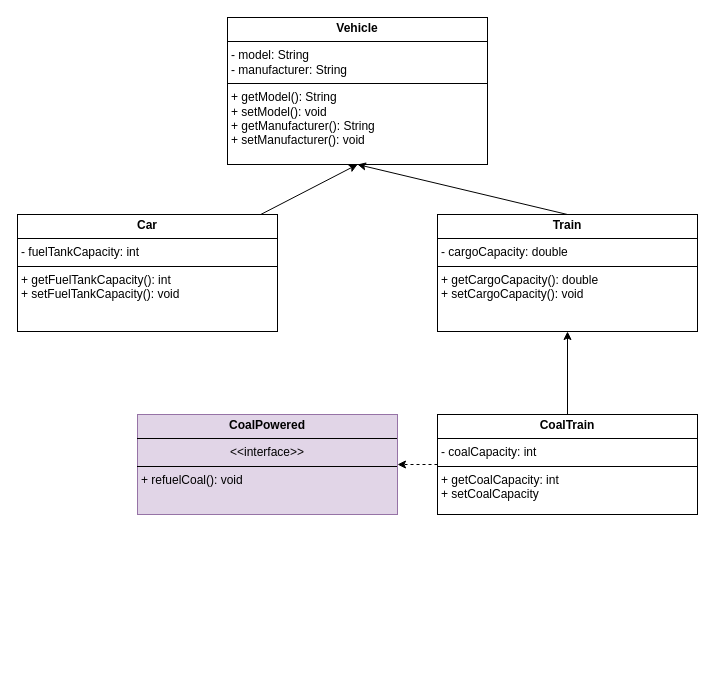
roqueforti/PBO keeps this draw.io diagram as Class Diagram (PBO).drawio. Above is the earlier version. Source tidied: cells renumbered, new cells numbered last; positions are measured from the earlier drawing's top-left corner, leaving out a move shared by most shapes. Both pictures are drawn from the tidied source at 100%, with x=0, y=0 at pixel (17, 17).
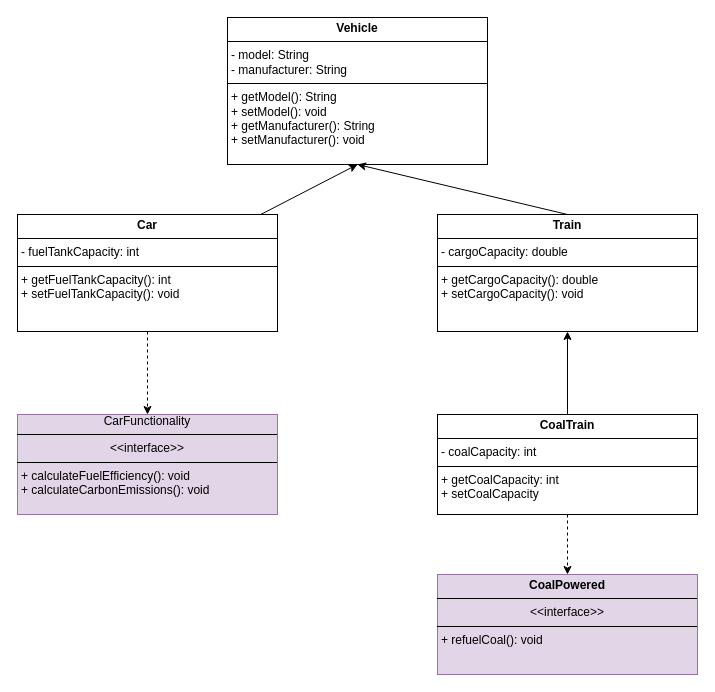
After the change.

Diff of the diagram source:
```diff
@@
 <mxGraphModel>
   <root>
     <mxCell id="0" />
     <mxCell id="1" parent="0" />
     <mxCell id="2" value="&lt;p style=&quot;margin:0px;margin-top:4px;text-align:center;&quot;&gt;&lt;b&gt;Vehicle&lt;/b&gt;&lt;/p&gt;&lt;hr style=&quot;border-style:solid;&quot; size=&quot;1&quot;&gt;&lt;p style=&quot;margin:0px;margin-left:4px;&quot;&gt;- model: String&lt;br&gt;&lt;/p&gt;&lt;p style=&quot;margin:0px;margin-left:4px;&quot;&gt;- manufacturer: String&lt;br&gt;&lt;/p&gt;&lt;hr style=&quot;border-style:solid;&quot; size=&quot;1&quot;&gt;&lt;p style=&quot;margin:0px;margin-left:4px;&quot;&gt;+ getModel(): String&lt;br&gt;&lt;/p&gt;&lt;p style=&quot;margin:0px;margin-left:4px;&quot;&gt;+ setModel(): void&lt;br&gt;&lt;/p&gt;&lt;p style=&quot;margin:0px;margin-left:4px;&quot;&gt;+ getManufacturer(): String&lt;br&gt;&lt;/p&gt;&lt;p style=&quot;margin:0px;margin-left:4px;&quot;&gt;+ setManufacturer(): void&lt;br&gt;&lt;/p&gt;" style="verticalAlign=top;align=left;overflow=fill;html=1;whiteSpace=wrap;" parent="1" vertex="1">
       <mxGeometry x="210" width="260" height="147" as="geometry" />
     </mxCell>
     <mxCell id="3" style="rounded=0;jettySize=auto;html=1;entryX=0.5;entryY=1;entryDx=0;entryDy=0;" parent="1" edge="1" source="4" target="2">
       <mxGeometry relative="1" as="geometry" />
     </mxCell>
+    <mxCell id="11" style="rounded=0;jettySize=auto;html=1;entryX=0.5;entryY=0;entryDx=0;entryDy=0;dashed=1;" parent="1" edge="1" source="4" target="12">
+      <mxGeometry relative="1" as="geometry" />
+    </mxCell>
     <mxCell id="4" value="&lt;p style=&quot;margin:0px;margin-top:4px;text-align:center;&quot;&gt;&lt;b&gt;Car&lt;/b&gt;&lt;/p&gt;&lt;hr style=&quot;border-style:solid;&quot; size=&quot;1&quot;&gt;&lt;p style=&quot;margin:0px;margin-left:4px;&quot;&gt;- fuelTankCapacity: int&lt;br&gt;&lt;/p&gt;&lt;hr style=&quot;border-style:solid;&quot; size=&quot;1&quot;&gt;&lt;p style=&quot;margin:0px;margin-left:4px;&quot;&gt;+ getFuelTankCapacity(): int&lt;/p&gt;&lt;p style=&quot;margin:0px;margin-left:4px;&quot;&gt;+ setFuelTankCapacity(): void&lt;br&gt;&lt;/p&gt;" style="verticalAlign=top;align=left;overflow=fill;html=1;whiteSpace=wrap;" parent="1" vertex="1">
       <mxGeometry y="197" width="260" height="117" as="geometry" />
     </mxCell>
     <mxCell id="5" style="rounded=0;jettySize=auto;html=1;exitX=0.5;exitY=0;exitDx=0;exitDy=0;entryX=0.5;entryY=1;entryDx=0;entryDy=0;" parent="1" edge="1" source="6" target="2">
       <mxGeometry relative="1" as="geometry" />
     </mxCell>
     <mxCell id="6" value="&lt;p style=&quot;margin:0px;margin-top:4px;text-align:center;&quot;&gt;&lt;b&gt;Train&lt;/b&gt;&lt;/p&gt;&lt;hr style=&quot;border-style:solid;&quot; size=&quot;1&quot;&gt;&lt;p style=&quot;margin:0px;margin-left:4px;&quot;&gt;- cargoCapacity: double&lt;br&gt;&lt;/p&gt;&lt;hr style=&quot;border-style:solid;&quot; size=&quot;1&quot;&gt;&lt;p style=&quot;margin:0px;margin-left:4px;&quot;&gt;+ getCargoCapacity(): double&lt;/p&gt;&lt;p style=&quot;margin:0px;margin-left:4px;&quot;&gt;+ setCargoCapacity(): void&lt;br&gt;&lt;/p&gt;" style="verticalAlign=top;align=left;overflow=fill;html=1;whiteSpace=wrap;" parent="1" vertex="1">
       <mxGeometry x="420" y="197" width="260" height="117" as="geometry" />
     </mxCell>
     <mxCell id="7" style="edgeStyle=orthogonalEdgeStyle;rounded=0;jettySize=auto;html=1;entryX=0.5;entryY=1;entryDx=0;entryDy=0;" parent="1" edge="1" source="9" target="6">
       <mxGeometry relative="1" as="geometry" />
     </mxCell>
-    <mxCell id="8" style="rounded=0;jettySize=auto;html=1;entryX=1;entryY=0.5;entryDx=0;entryDy=0;dashed=1;" parent="1" edge="1" source="9" target="10">
+    <mxCell id="8" style="rounded=0;jettySize=auto;html=1;entryX=0.5;entryY=0;entryDx=0;entryDy=0;dashed=1;" parent="1" edge="1" source="9" target="10">
       <mxGeometry relative="1" as="geometry" />
     </mxCell>
     <mxCell id="9" value="&lt;p style=&quot;margin:0px;margin-top:4px;text-align:center;&quot;&gt;&lt;b&gt;CoalTrain&lt;/b&gt;&lt;/p&gt;&lt;hr style=&quot;border-style:solid;&quot; size=&quot;1&quot;&gt;&lt;p style=&quot;margin:0px;margin-left:4px;&quot;&gt;- coalCapacity: int&lt;br&gt;&lt;/p&gt;&lt;hr style=&quot;border-style:solid;&quot; size=&quot;1&quot;&gt;&lt;p style=&quot;margin:0px;margin-left:4px;&quot;&gt;+ getCoalCapacity: int&lt;/p&gt;&lt;p style=&quot;margin:0px;margin-left:4px;&quot;&gt;+ setCoalCapacity&lt;br&gt;&lt;/p&gt;" style="verticalAlign=top;align=left;overflow=fill;html=1;whiteSpace=wrap;" parent="1" vertex="1">
       <mxGeometry x="420" y="397" width="260" height="100" as="geometry" />
     </mxCell>
     <mxCell id="10" value="&lt;p style=&quot;margin:0px;margin-top:4px;text-align:center;&quot;&gt;&lt;b&gt;CoalPowered&lt;/b&gt;&lt;/p&gt;&lt;hr style=&quot;border-style:solid;&quot; size=&quot;1&quot;&gt;&lt;div align=&quot;center&quot;&gt;&amp;lt;&amp;lt;interface&amp;gt;&amp;gt;&lt;/div&gt;&lt;hr style=&quot;border-style:solid;&quot; size=&quot;1&quot;&gt;&lt;p style=&quot;margin:0px;margin-left:4px;&quot;&gt;+ refuelCoal(): void&lt;br&gt;&lt;/p&gt;" style="verticalAlign=top;align=left;overflow=fill;html=1;whiteSpace=wrap;fillColor=#e1d5e7;strokeColor=#9673a6;" parent="1" vertex="1">
-      <mxGeometry x="120" y="397" width="260" height="100" as="geometry" />
+      <mxGeometry x="420" y="557" width="260" height="100" as="geometry" />
     </mxCell>
+    <mxCell id="12" value="&lt;div align=&quot;center&quot;&gt;CarFunctionality&lt;/div&gt;&lt;hr style=&quot;border-style:solid;&quot; size=&quot;1&quot;&gt;&lt;div align=&quot;center&quot;&gt;&amp;lt;&amp;lt;interface&amp;gt;&amp;gt;&lt;/div&gt;&lt;hr style=&quot;border-style:solid;&quot; size=&quot;1&quot;&gt;&lt;p style=&quot;margin:0px;margin-left:4px;&quot;&gt;+ calculateFuelEfficiency(): void&lt;/p&gt;&lt;p style=&quot;margin:0px;margin-left:4px;&quot;&gt;+ calculateCarbonEmissions(): void&lt;br&gt;&lt;/p&gt;" style="verticalAlign=top;align=left;overflow=fill;html=1;whiteSpace=wrap;fillColor=#e1d5e7;strokeColor=#9673a6;" parent="1" vertex="1">
+      <mxGeometry y="397" width="260" height="100" as="geometry" />
+    </mxCell>
   </root>
 </mxGraphModel>
```
